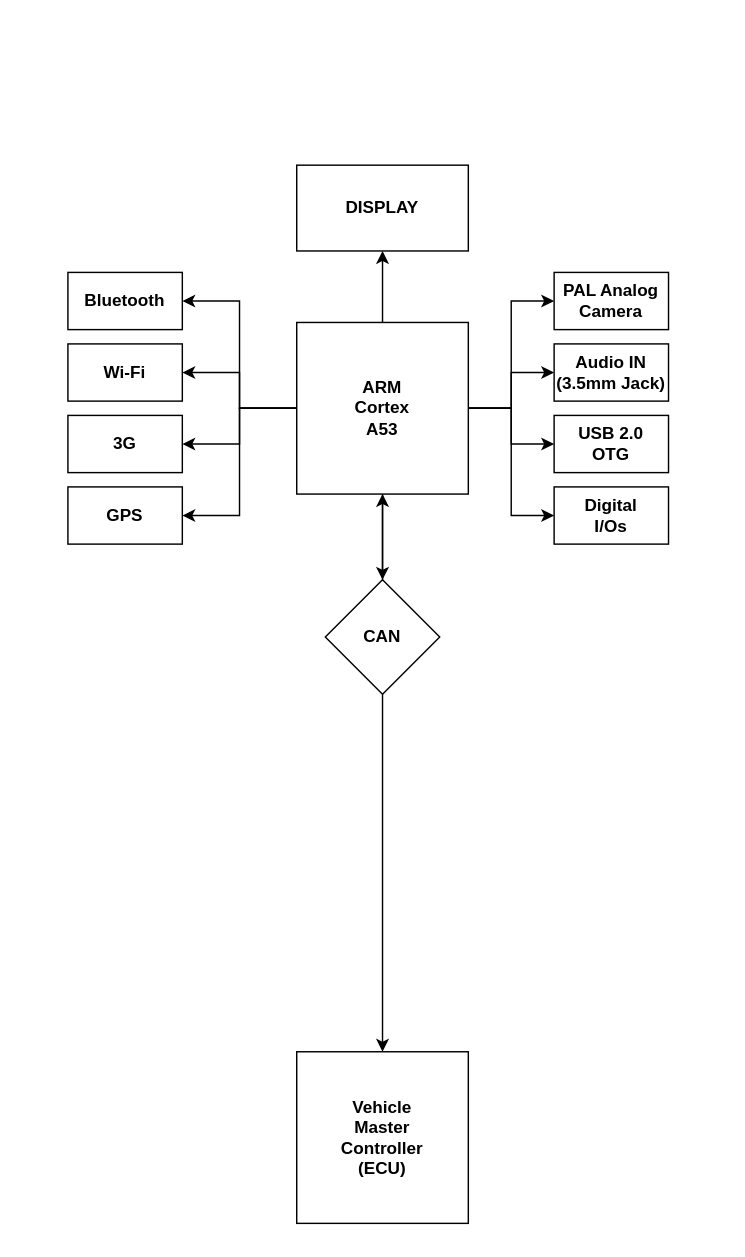
This is IVI.drawio from techvitamins/developer, a draw.io file, before an edit. Source tidied: cells renumbered, new cells numbered last; positions are measured from the earlier drawing's top-left corner, leaving out a move shared by most shapes. Both pictures are drawn from the tidied source at 143%, with x=0, y=0 at pixel (67, 164).
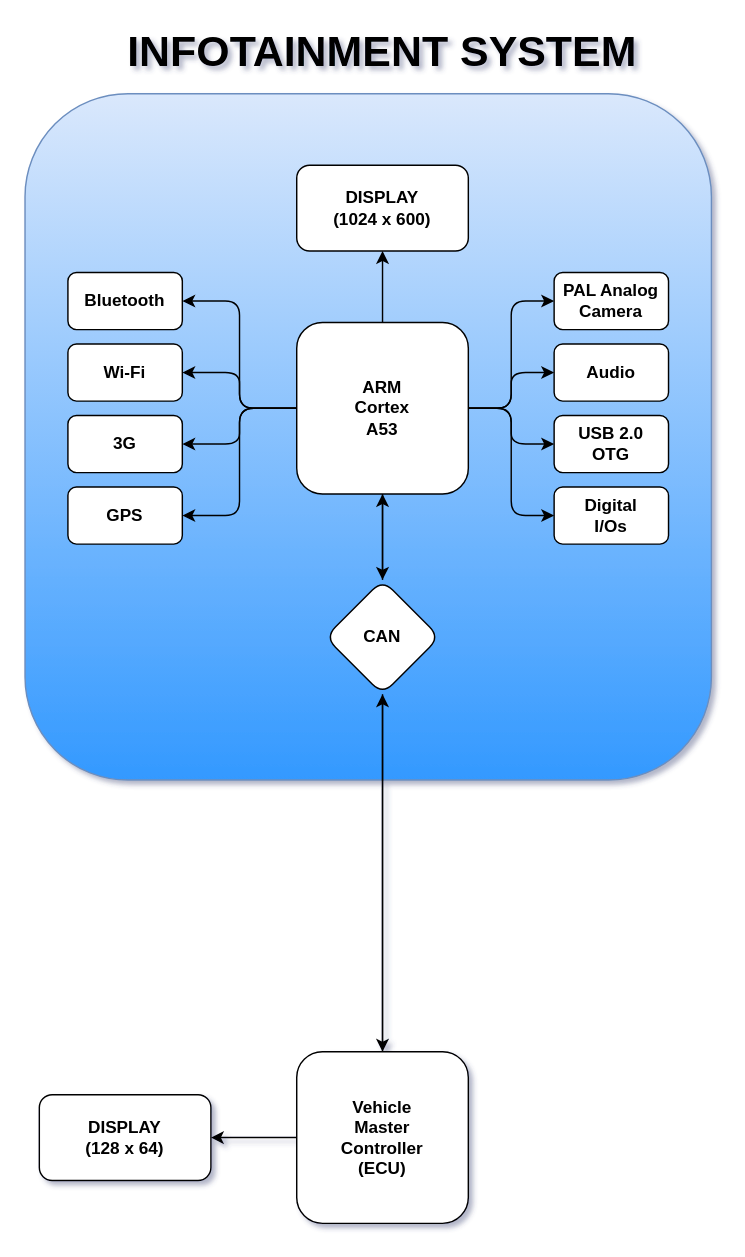
After the change.

Diff of the diagram source:
```diff
@@
-<mxGraphModel>
+<mxGraphModel shadow="1">
@@
+    <mxCell id="26" style="whiteSpace=wrap;html=1;rounded=1;fillColor=#dae8fc;strokeColor=#6c8ebf;gradientColor=#3399FF;" parent="1" vertex="1">
+      <mxGeometry x="-30" y="-50" width="480" height="480" as="geometry" />
+    </mxCell>
-    <mxCell id="2" style="edgeStyle=orthogonalEdgeStyle;rounded=0;jettySize=auto;html=1;entryX=0.5;entryY=1;entryDx=0;entryDy=0;" parent="1" edge="1" source="12" target="13">
+    <mxCell id="2" style="edgeStyle=orthogonalEdgeStyle;rounded=1;jettySize=auto;html=1;entryX=0.5;entryY=1;entryDx=0;entryDy=0;" parent="1" edge="1" source="12" target="13">
       <mxGeometry relative="1" as="geometry" />
     </mxCell>
-    <mxCell id="3" style="edgeStyle=orthogonalEdgeStyle;rounded=0;jettySize=auto;html=1;" parent="1" edge="1" source="12" target="14">
+    <mxCell id="3" style="edgeStyle=orthogonalEdgeStyle;rounded=1;jettySize=auto;html=1;" parent="1" edge="1" source="12" target="14">
       <mxGeometry relative="1" as="geometry" />
     </mxCell>
-    <mxCell id="4" style="edgeStyle=orthogonalEdgeStyle;rounded=0;jettySize=auto;html=1;entryX=1;entryY=0.5;entryDx=0;entryDy=0;" parent="1" edge="1" source="12" target="15">
+    <mxCell id="4" style="edgeStyle=orthogonalEdgeStyle;rounded=1;jettySize=auto;html=1;entryX=1;entryY=0.5;entryDx=0;entryDy=0;" parent="1" edge="1" source="12" target="15">
       <mxGeometry relative="1" as="geometry" />
     </mxCell>
-    <mxCell id="5" style="edgeStyle=orthogonalEdgeStyle;rounded=0;jettySize=auto;html=1;entryX=1;entryY=0.5;entryDx=0;entryDy=0;" parent="1" edge="1" source="12" target="16">
+    <mxCell id="5" style="edgeStyle=orthogonalEdgeStyle;rounded=1;jettySize=auto;html=1;entryX=1;entryY=0.5;entryDx=0;entryDy=0;" parent="1" edge="1" source="12" target="16">
       <mxGeometry relative="1" as="geometry" />
     </mxCell>
-    <mxCell id="6" style="edgeStyle=orthogonalEdgeStyle;rounded=0;jettySize=auto;html=1;entryX=1;entryY=0.5;entryDx=0;entryDy=0;" parent="1" edge="1" source="12" target="17">
+    <mxCell id="6" style="edgeStyle=orthogonalEdgeStyle;rounded=1;jettySize=auto;html=1;entryX=1;entryY=0.5;entryDx=0;entryDy=0;" parent="1" edge="1" source="12" target="17">
       <mxGeometry relative="1" as="geometry" />
     </mxCell>
-    <mxCell id="7" style="edgeStyle=orthogonalEdgeStyle;rounded=0;jettySize=auto;html=1;entryX=0;entryY=0.5;entryDx=0;entryDy=0;" parent="1" edge="1" source="12" target="18">
+    <mxCell id="7" style="edgeStyle=orthogonalEdgeStyle;rounded=1;jettySize=auto;html=1;entryX=0;entryY=0.5;entryDx=0;entryDy=0;" parent="1" edge="1" source="12" target="18">
       <mxGeometry relative="1" as="geometry" />
     </mxCell>
-    <mxCell id="8" style="edgeStyle=orthogonalEdgeStyle;rounded=0;jettySize=auto;html=1;entryX=0;entryY=0.5;entryDx=0;entryDy=0;" parent="1" edge="1" source="12" target="19">
+    <mxCell id="8" style="edgeStyle=orthogonalEdgeStyle;rounded=1;jettySize=auto;html=1;entryX=0;entryY=0.5;entryDx=0;entryDy=0;" parent="1" edge="1" source="12" target="19">
       <mxGeometry relative="1" as="geometry" />
     </mxCell>
-    <mxCell id="9" style="edgeStyle=orthogonalEdgeStyle;rounded=0;jettySize=auto;html=1;entryX=0;entryY=0.5;entryDx=0;entryDy=0;" parent="1" edge="1" source="12" target="20">
+    <mxCell id="9" style="edgeStyle=orthogonalEdgeStyle;rounded=1;jettySize=auto;html=1;entryX=0;entryY=0.5;entryDx=0;entryDy=0;" parent="1" edge="1" source="12" target="20">
       <mxGeometry relative="1" as="geometry" />
     </mxCell>
-    <mxCell id="10" style="edgeStyle=orthogonalEdgeStyle;rounded=0;jettySize=auto;html=1;entryX=0;entryY=0.5;entryDx=0;entryDy=0;" parent="1" edge="1" source="12" target="21">
+    <mxCell id="10" style="edgeStyle=orthogonalEdgeStyle;rounded=1;jettySize=auto;html=1;entryX=0;entryY=0.5;entryDx=0;entryDy=0;" parent="1" edge="1" source="12" target="21">
       <mxGeometry relative="1" as="geometry" />
     </mxCell>
-    <mxCell id="11" style="edgeStyle=orthogonalEdgeStyle;rounded=0;jettySize=auto;html=1;exitX=0.5;exitY=1;exitDx=0;exitDy=0;entryX=0.5;entryY=0;entryDx=0;entryDy=0;" parent="1" edge="1" source="12" target="24">
+    <mxCell id="11" style="edgeStyle=orthogonalEdgeStyle;rounded=1;jettySize=auto;html=1;exitX=0.5;exitY=1;exitDx=0;exitDy=0;entryX=0.5;entryY=0;entryDx=0;entryDy=0;" parent="1" edge="1" source="12" target="24">
       <mxGeometry relative="1" as="geometry" />
     </mxCell>
-    <mxCell id="12" value="&lt;b&gt;ARM&lt;br&gt;Cortex&lt;br&gt;A53&lt;/b&gt;" style="whiteSpace=wrap;html=1;" parent="1" vertex="1">
+    <mxCell id="12" value="&lt;b&gt;ARM&lt;br&gt;Cortex&lt;br&gt;A53&lt;/b&gt;" style="whiteSpace=wrap;html=1;rounded=1;" parent="1" vertex="1">
       <mxGeometry x="160" y="110" width="120" height="120" as="geometry" />
     </mxCell>
-    <mxCell id="13" value="&lt;b&gt;DISPLAY&lt;/b&gt;" style="rounded=0;whiteSpace=wrap;html=1;" parent="1" vertex="1">
+    <mxCell id="13" value="&lt;b&gt;DISPLAY&lt;br&gt;(1024 x 600)&lt;br&gt;&lt;/b&gt;" style="rounded=1;whiteSpace=wrap;html=1;" parent="1" vertex="1">
       <mxGeometry x="160" width="120" height="60" as="geometry" />
     </mxCell>
-    <mxCell id="14" value="&lt;b&gt;Bluetooth&lt;/b&gt;" style="rounded=0;whiteSpace=wrap;html=1;" parent="1" vertex="1">
+    <mxCell id="14" value="&lt;b&gt;Bluetooth&lt;/b&gt;" style="rounded=1;whiteSpace=wrap;html=1;" parent="1" vertex="1">
       <mxGeometry y="75" width="80" height="40" as="geometry" />
     </mxCell>
-    <mxCell id="15" value="&lt;b&gt;Wi-Fi&lt;/b&gt;" style="rounded=0;whiteSpace=wrap;html=1;" parent="1" vertex="1">
+    <mxCell id="15" value="&lt;b&gt;Wi-Fi&lt;/b&gt;" style="rounded=1;whiteSpace=wrap;html=1;" parent="1" vertex="1">
       <mxGeometry y="125" width="80" height="40" as="geometry" />
     </mxCell>
-    <mxCell id="16" value="&lt;b&gt;3G&lt;/b&gt;" style="rounded=0;whiteSpace=wrap;html=1;" parent="1" vertex="1">
+    <mxCell id="16" value="&lt;b&gt;3G&lt;/b&gt;" style="rounded=1;whiteSpace=wrap;html=1;" parent="1" vertex="1">
       <mxGeometry y="175" width="80" height="40" as="geometry" />
     </mxCell>
-    <mxCell id="17" value="&lt;b&gt;GPS&lt;/b&gt;" style="rounded=0;whiteSpace=wrap;html=1;" parent="1" vertex="1">
+    <mxCell id="17" value="&lt;b&gt;GPS&lt;/b&gt;" style="rounded=1;whiteSpace=wrap;html=1;" parent="1" vertex="1">
       <mxGeometry y="225" width="80" height="40" as="geometry" />
     </mxCell>
-    <mxCell id="18" value="&lt;b&gt;PAL Analog&lt;br&gt;Camera&lt;/b&gt;" style="rounded=0;whiteSpace=wrap;html=1;" parent="1" vertex="1">
+    <mxCell id="18" value="&lt;b&gt;PAL Analog&lt;br&gt;Camera&lt;/b&gt;" style="rounded=1;whiteSpace=wrap;html=1;" parent="1" vertex="1">
       <mxGeometry x="340" y="75" width="80" height="40" as="geometry" />
     </mxCell>
-    <mxCell id="19" value="Audio IN&lt;br&gt;(3.5mm Jack)" style="rounded=0;whiteSpace=wrap;html=1;fontStyle=1;" parent="1" vertex="1">
+    <mxCell id="19" value="Audio" style="rounded=1;whiteSpace=wrap;html=1;fontStyle=1;" parent="1" vertex="1">
       <mxGeometry x="340" y="125" width="80" height="40" as="geometry" />
     </mxCell>
-    <mxCell id="20" value="USB 2.0&lt;br&gt;OTG" style="rounded=0;whiteSpace=wrap;html=1;fontStyle=1;" parent="1" vertex="1">
+    <mxCell id="20" value="USB 2.0&lt;br&gt;OTG" style="rounded=1;whiteSpace=wrap;html=1;fontStyle=1;" parent="1" vertex="1">
       <mxGeometry x="340" y="175" width="80" height="40" as="geometry" />
     </mxCell>
-    <mxCell id="21" value="&lt;b&gt;Digital&lt;br&gt;I/Os&lt;/b&gt;" style="rounded=0;whiteSpace=wrap;html=1;" parent="1" vertex="1">
+    <mxCell id="21" value="&lt;b&gt;Digital&lt;br&gt;I/Os&lt;/b&gt;" style="rounded=1;whiteSpace=wrap;html=1;" parent="1" vertex="1">
       <mxGeometry x="340" y="225" width="80" height="40" as="geometry" />
     </mxCell>
-    <mxCell id="22" style="edgeStyle=orthogonalEdgeStyle;rounded=0;jettySize=auto;html=1;exitX=0.5;exitY=0;exitDx=0;exitDy=0;entryX=0.5;entryY=1;entryDx=0;entryDy=0;" parent="1" edge="1" source="24" target="12">
+    <mxCell id="22" style="edgeStyle=orthogonalEdgeStyle;rounded=1;jettySize=auto;html=1;exitX=0.5;exitY=0;exitDx=0;exitDy=0;entryX=0.5;entryY=1;entryDx=0;entryDy=0;" parent="1" edge="1" source="24" target="12">
       <mxGeometry relative="1" as="geometry" />
     </mxCell>
-    <mxCell id="23" style="edgeStyle=orthogonalEdgeStyle;rounded=0;jettySize=auto;html=1;entryX=0.5;entryY=0;entryDx=0;entryDy=0;" parent="1" edge="1" source="24" target="25">
+    <mxCell id="23" style="edgeStyle=orthogonalEdgeStyle;rounded=1;jettySize=auto;html=1;entryX=0.5;entryY=0;entryDx=0;entryDy=0;" parent="1" edge="1" source="24" target="25">
       <mxGeometry relative="1" as="geometry" />
     </mxCell>
-    <mxCell id="24" value="&lt;b&gt;CAN&lt;/b&gt;" style="rhombus;whiteSpace=wrap;html=1;" parent="1" vertex="1">
+    <mxCell id="24" value="&lt;b&gt;CAN&lt;/b&gt;" style="rhombus;whiteSpace=wrap;html=1;rounded=1;" parent="1" vertex="1">
       <mxGeometry x="180" y="290" width="80" height="80" as="geometry" />
     </mxCell>
+    <mxCell id="27" style="edgeStyle=orthogonalEdgeStyle;rounded=1;jettySize=auto;html=1;entryX=1;entryY=0.5;entryDx=0;entryDy=0;" parent="1" edge="1" source="25" target="29">
+      <mxGeometry relative="1" as="geometry" />
+    </mxCell>
+    <mxCell id="28" style="edgeStyle=orthogonalEdgeStyle;rounded=1;jettySize=auto;html=1;" parent="1" edge="1" source="25">
+      <mxGeometry relative="1" as="geometry">
+        <mxPoint x="220" y="370" as="targetPoint" />
+      </mxGeometry>
+    </mxCell>
-    <mxCell id="25" value="&lt;b&gt;Vehicle&lt;br&gt;Master&lt;br&gt;Controller&lt;br&gt;(ECU)&lt;br&gt;&lt;/b&gt;" style="whiteSpace=wrap;html=1;" parent="1" vertex="1">
+    <mxCell id="25" value="&lt;b&gt;Vehicle&lt;br&gt;Master&lt;br&gt;Controller&lt;br&gt;(ECU)&lt;br&gt;&lt;/b&gt;" style="whiteSpace=wrap;html=1;rounded=1;" parent="1" vertex="1">
       <mxGeometry x="160" y="620" width="120" height="120" as="geometry" />
     </mxCell>
+    <mxCell id="29" value="&lt;b&gt;DISPLAY&lt;br&gt;(128 x 64)&lt;br&gt;&lt;/b&gt;" style="rounded=1;whiteSpace=wrap;html=1;" parent="1" vertex="1">
+      <mxGeometry x="-20" y="650" width="120" height="60" as="geometry" />
+    </mxCell>
+    <mxCell id="30" value="&lt;font style=&quot;font-size: 30px&quot;&gt;&lt;b&gt;INFOTAINMENT SYSTEM&lt;/b&gt;&lt;/font&gt;" style="text;html=1;strokeColor=none;fillColor=none;align=center;verticalAlign=middle;whiteSpace=wrap;rounded=0;" parent="1" vertex="1">
+      <mxGeometry x="30" y="-95" width="380" height="30" as="geometry" />
+    </mxCell>
```
